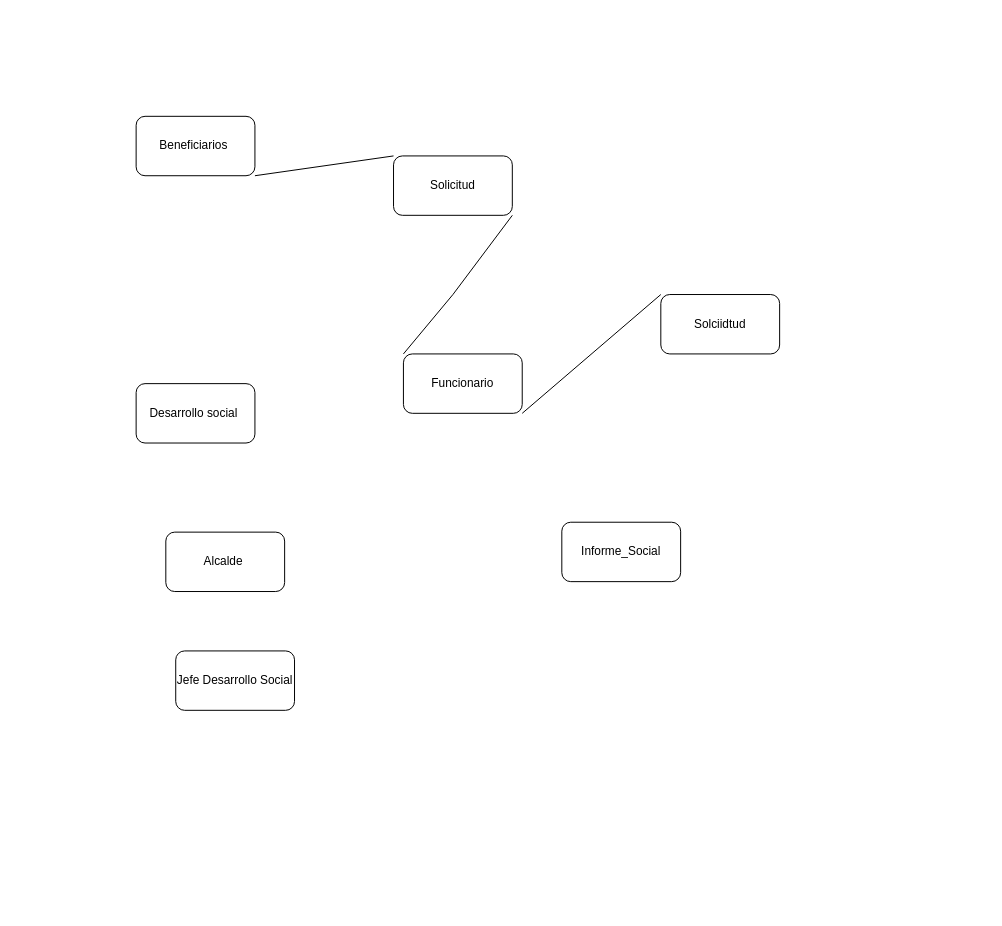
Earlier version of the draw.io diagram Diagrama sin título.drawio (otrolemao/ModeloDatos). Source tidied: cells renumbered, new cells numbered last; positions are measured from the earlier drawing's top-left corner, leaving out a move shared by most shapes. Both pictures are drawn from the tidied source at 99%, with x=0, y=0 at pixel (136, 116).
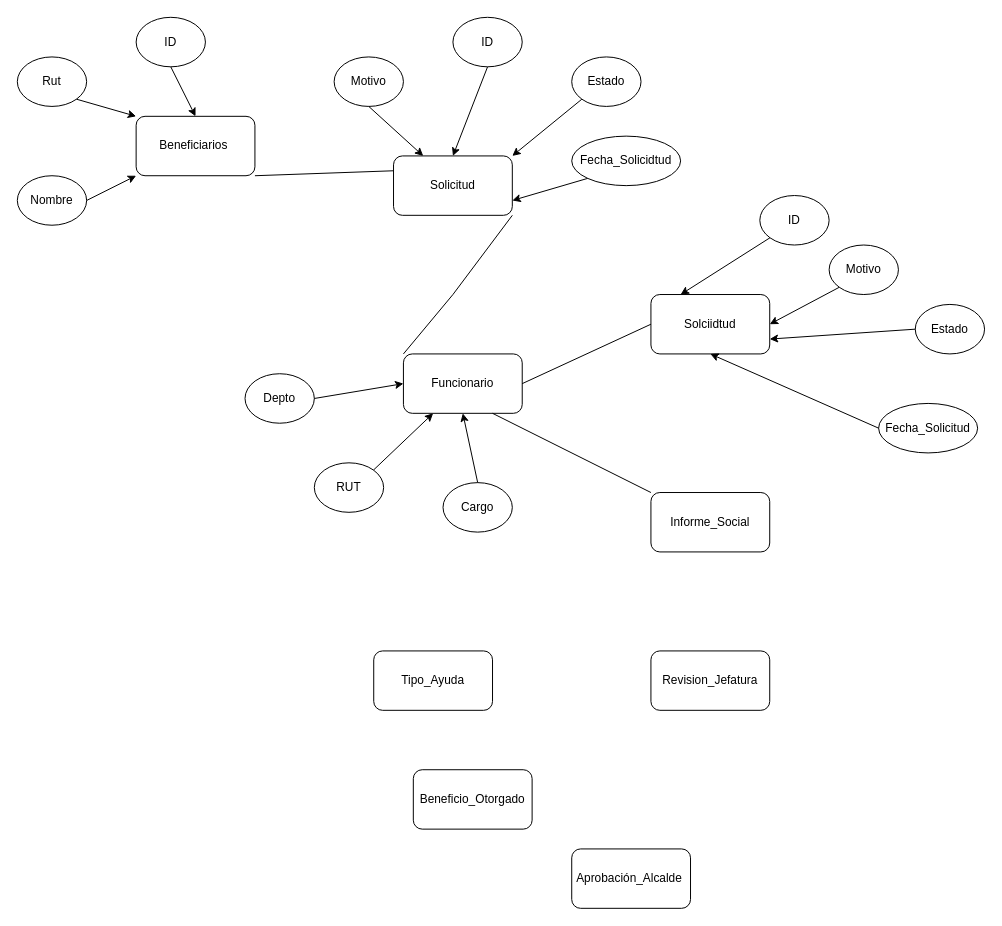
The same diagram, later.

The change refers to these unchanged cells:
```xml
<mxCell id="2" value="Beneficiarios&amp;nbsp;" style="rounded=1;whiteSpace=wrap;html=1;" parent="1" vertex="1">
  <mxGeometry width="120" height="60" as="geometry" />
</mxCell>
<mxCell id="4" value="Funcionario" style="rounded=1;whiteSpace=wrap;html=1;" parent="1" vertex="1">
  <mxGeometry x="270" y="240" width="120" height="60" as="geometry" />
</mxCell>
<mxCell id="8" value="Solicitud" style="rounded=1;whiteSpace=wrap;html=1;" parent="1" vertex="1">
  <mxGeometry x="260" y="40" width="120" height="60" as="geometry" />
</mxCell>
```

Diff of the diagram source:
```diff
@@
     <mxCell id="3" value="Informe_Social" style="rounded=1;whiteSpace=wrap;html=1;" parent="1" vertex="1">
-      <mxGeometry x="430" y="410" width="120" height="60" as="geometry" />
+      <mxGeometry x="520" y="380" width="120" height="60" as="geometry" />
     </mxCell>
@@
-    <mxCell id="5" value="Desarrollo social&amp;nbsp;" style="rounded=1;whiteSpace=wrap;html=1;" parent="1" vertex="1">
-      <mxGeometry y="270" width="120" height="60" as="geometry" />
+    <mxCell id="5" value="Beneficio_Otorgado" style="rounded=1;whiteSpace=wrap;html=1;" parent="1" vertex="1">
+      <mxGeometry x="280" y="660" width="120" height="60" as="geometry" />
     </mxCell>
-    <mxCell id="6" value="Alcalde&amp;nbsp;" style="rounded=1;whiteSpace=wrap;html=1;" parent="1" vertex="1">
-      <mxGeometry x="30" y="420" width="120" height="60" as="geometry" />
+    <mxCell id="6" value="Revision_Jefatura" style="rounded=1;whiteSpace=wrap;html=1;" parent="1" vertex="1">
+      <mxGeometry x="520" y="540" width="120" height="60" as="geometry" />
     </mxCell>
-    <mxCell id="7" value="Jefe Desarrollo Social" style="rounded=1;whiteSpace=wrap;html=1;" parent="1" vertex="1">
-      <mxGeometry x="40" y="540" width="120" height="60" as="geometry" />
+    <mxCell id="7" value="Tipo_Ayuda" style="rounded=1;whiteSpace=wrap;html=1;" parent="1" vertex="1">
+      <mxGeometry x="240" y="540" width="120" height="60" as="geometry" />
     </mxCell>
@@
     <mxCell id="9" value="Solciidtud" style="rounded=1;whiteSpace=wrap;html=1;" parent="1" vertex="1">
-      <mxGeometry x="530" y="180" width="120" height="60" as="geometry" />
+      <mxGeometry x="520" y="180" width="120" height="60" as="geometry" />
     </mxCell>
-    <mxCell id="10" style="endArrow=none;html=1;rounded=0;exitX=1;exitY=1;exitDx=0;exitDy=0;entryX=0;entryY=0;entryDx=0;entryDy=0;" parent="1" edge="1" source="2" target="8">
+    <mxCell id="10" style="endArrow=none;html=1;rounded=0;exitX=1;exitY=1;exitDx=0;exitDy=0;entryX=0;entryY=0.25;entryDx=0;entryDy=0;" parent="1" edge="1" source="2" target="8">
       <mxGeometry relative="1" as="geometry" />
     </mxCell>
@@
-    <mxCell id="12" style="endArrow=none;html=1;rounded=0;exitX=0;exitY=0;exitDx=0;exitDy=0;entryX=1;entryY=1;entryDx=0;entryDy=0;" parent="1" edge="1" source="9" target="4">
+    <mxCell id="12" style="endArrow=none;html=1;rounded=0;exitX=0;exitY=0.5;exitDx=0;exitDy=0;entryX=1;entryY=0.5;entryDx=0;entryDy=0;" parent="1" edge="1" source="9" target="4">
       <mxGeometry relative="1" as="geometry" />
     </mxCell>
+    <mxCell id="13" value="Aprobación_Alcalde&amp;nbsp;" style="rounded=1;whiteSpace=wrap;html=1;" parent="1" vertex="1">
+      <mxGeometry x="440" y="740" width="120" height="60" as="geometry" />
+    </mxCell>
+    <mxCell id="14" value="ID" style="ellipse;whiteSpace=wrap;html=1;" parent="1" vertex="1">
+      <mxGeometry y="-100" width="70" height="50" as="geometry" />
+    </mxCell>
+    <mxCell id="15" value="Nombre" style="ellipse;whiteSpace=wrap;html=1;" parent="1" vertex="1">
+      <mxGeometry x="-120" y="60" width="70" height="50" as="geometry" />
+    </mxCell>
+    <mxCell id="16" value="Rut" style="ellipse;whiteSpace=wrap;html=1;" parent="1" vertex="1">
+      <mxGeometry x="-120" y="-60" width="70" height="50" as="geometry" />
+    </mxCell>
+    <mxCell id="17" value="ID" style="ellipse;whiteSpace=wrap;html=1;" parent="1" vertex="1">
+      <mxGeometry x="320" y="-100" width="70" height="50" as="geometry" />
+    </mxCell>
+    <mxCell id="18" value="Fecha_Solicidtud" style="ellipse;whiteSpace=wrap;html=1;" parent="1" vertex="1">
+      <mxGeometry x="440" y="20" width="110" height="50" as="geometry" />
+    </mxCell>
+    <mxCell id="19" value="Motivo" style="ellipse;whiteSpace=wrap;html=1;" parent="1" vertex="1">
+      <mxGeometry x="200" y="-60" width="70" height="50" as="geometry" />
+    </mxCell>
+    <mxCell id="20" value="Estado" style="ellipse;whiteSpace=wrap;html=1;" parent="1" vertex="1">
+      <mxGeometry x="440" y="-60" width="70" height="50" as="geometry" />
+    </mxCell>
+    <mxCell id="21" value="Depto" style="ellipse;whiteSpace=wrap;html=1;" parent="1" vertex="1">
+      <mxGeometry x="110" y="260" width="70" height="50" as="geometry" />
+    </mxCell>
+    <mxCell id="22" value="RUT" style="ellipse;whiteSpace=wrap;html=1;" parent="1" vertex="1">
+      <mxGeometry x="180" y="350" width="70" height="50" as="geometry" />
+    </mxCell>
+    <mxCell id="23" value="Cargo" style="ellipse;whiteSpace=wrap;html=1;" parent="1" vertex="1">
+      <mxGeometry x="310" y="370" width="70" height="50" as="geometry" />
+    </mxCell>
+    <mxCell id="24" style="endArrow=classic;html=1;rounded=0;exitX=1;exitY=1;exitDx=0;exitDy=0;entryX=0;entryY=0;entryDx=0;entryDy=0;" parent="1" edge="1" source="16" target="2">
+      <mxGeometry relative="1" as="geometry" />
+    </mxCell>
+    <mxCell id="25" style="endArrow=classic;html=1;rounded=0;exitX=0.5;exitY=1;exitDx=0;exitDy=0;entryX=0.5;entryY=0;entryDx=0;entryDy=0;" parent="1" edge="1" source="14" target="2">
+      <mxGeometry relative="1" as="geometry" />
+    </mxCell>
+    <mxCell id="26" style="endArrow=classic;html=1;rounded=0;entryX=0;entryY=1;entryDx=0;entryDy=0;exitX=1;exitY=0.5;exitDx=0;exitDy=0;" parent="1" edge="1" source="15" target="2">
+      <mxGeometry relative="1" as="geometry" />
+    </mxCell>
+    <mxCell id="27" style="endArrow=classic;html=1;rounded=0;exitX=0.5;exitY=1;exitDx=0;exitDy=0;entryX=0.25;entryY=0;entryDx=0;entryDy=0;" parent="1" edge="1" source="19" target="8">
+      <mxGeometry relative="1" as="geometry" />
+    </mxCell>
+    <mxCell id="28" style="endArrow=classic;html=1;rounded=0;exitX=0.5;exitY=1;exitDx=0;exitDy=0;entryX=0.5;entryY=0;entryDx=0;entryDy=0;" parent="1" edge="1" source="17" target="8">
+      <mxGeometry relative="1" as="geometry" />
+    </mxCell>
+    <mxCell id="29" style="endArrow=classic;html=1;rounded=0;exitX=0;exitY=1;exitDx=0;exitDy=0;entryX=1;entryY=0;entryDx=0;entryDy=0;" parent="1" edge="1" source="20" target="8">
+      <mxGeometry relative="1" as="geometry" />
+    </mxCell>
+    <mxCell id="30" style="endArrow=classic;html=1;rounded=0;exitX=0;exitY=1;exitDx=0;exitDy=0;entryX=1;entryY=0.75;entryDx=0;entryDy=0;" parent="1" edge="1" source="18" target="8">
+      <mxGeometry relative="1" as="geometry" />
+    </mxCell>
+    <mxCell id="31" style="endArrow=classic;html=1;rounded=0;exitX=1;exitY=0.5;exitDx=0;exitDy=0;entryX=0;entryY=0.5;entryDx=0;entryDy=0;" parent="1" edge="1" source="21" target="4">
+      <mxGeometry relative="1" as="geometry" />
+    </mxCell>
+    <mxCell id="32" style="endArrow=classic;html=1;rounded=0;exitX=1;exitY=0;exitDx=0;exitDy=0;entryX=0.25;entryY=1;entryDx=0;entryDy=0;" parent="1" edge="1" source="22" target="4">
+      <mxGeometry relative="1" as="geometry" />
+    </mxCell>
+    <mxCell id="33" style="endArrow=classic;html=1;rounded=0;exitX=0.5;exitY=0;exitDx=0;exitDy=0;entryX=0.5;entryY=1;entryDx=0;entryDy=0;" parent="1" edge="1" source="23" target="4">
+      <mxGeometry relative="1" as="geometry" />
+    </mxCell>
+    <mxCell id="34" value="ID" style="ellipse;whiteSpace=wrap;html=1;" parent="1" vertex="1">
+      <mxGeometry x="630" y="80" width="70" height="50" as="geometry" />
+    </mxCell>
+    <mxCell id="35" value="Motivo" style="ellipse;whiteSpace=wrap;html=1;" parent="1" vertex="1">
+      <mxGeometry x="700" y="130" width="70" height="50" as="geometry" />
+    </mxCell>
+    <mxCell id="36" value="Estado" style="ellipse;whiteSpace=wrap;html=1;" parent="1" vertex="1">
+      <mxGeometry x="787" y="190" width="70" height="50" as="geometry" />
+    </mxCell>
+    <mxCell id="37" style="endArrow=classic;html=1;rounded=0;exitX=0;exitY=1;exitDx=0;exitDy=0;entryX=0.25;entryY=0;entryDx=0;entryDy=0;startArrow=none;startFill=0;" parent="1" edge="1" source="34" target="9">
+      <mxGeometry relative="1" as="geometry" />
+    </mxCell>
+    <mxCell id="38" style="endArrow=classic;html=1;rounded=0;entryX=1;entryY=0.5;entryDx=0;entryDy=0;exitX=0;exitY=1;exitDx=0;exitDy=0;" parent="1" edge="1" source="35" target="9">
+      <mxGeometry relative="1" as="geometry" />
+    </mxCell>
+    <mxCell id="39" style="endArrow=classic;html=1;rounded=0;exitX=0;exitY=0.5;exitDx=0;exitDy=0;entryX=1;entryY=0.75;entryDx=0;entryDy=0;" parent="1" edge="1" source="36" target="9">
+      <mxGeometry relative="1" as="geometry" />
+    </mxCell>
+    <mxCell id="40" value="Fecha_Solicitud" style="ellipse;whiteSpace=wrap;html=1;" parent="1" vertex="1">
+      <mxGeometry x="750" y="290" width="100" height="50" as="geometry" />
+    </mxCell>
+    <mxCell id="41" style="endArrow=classic;html=1;rounded=0;exitX=0;exitY=0.5;exitDx=0;exitDy=0;entryX=0.5;entryY=1;entryDx=0;entryDy=0;" parent="1" edge="1" source="40" target="9">
+      <mxGeometry relative="1" as="geometry" />
+    </mxCell>
+    <mxCell id="42" style="endArrow=none;html=1;rounded=0;strokeColor=default;align=center;verticalAlign=middle;fontFamily=Helvetica;fontSize=11;fontColor=default;labelBackgroundColor=default;exitX=0.75;exitY=1;exitDx=0;exitDy=0;entryX=0;entryY=0;entryDx=0;entryDy=0;" parent="1" edge="1" source="4" target="3">
+      <mxGeometry relative="1" as="geometry" />
+    </mxCell>
```
